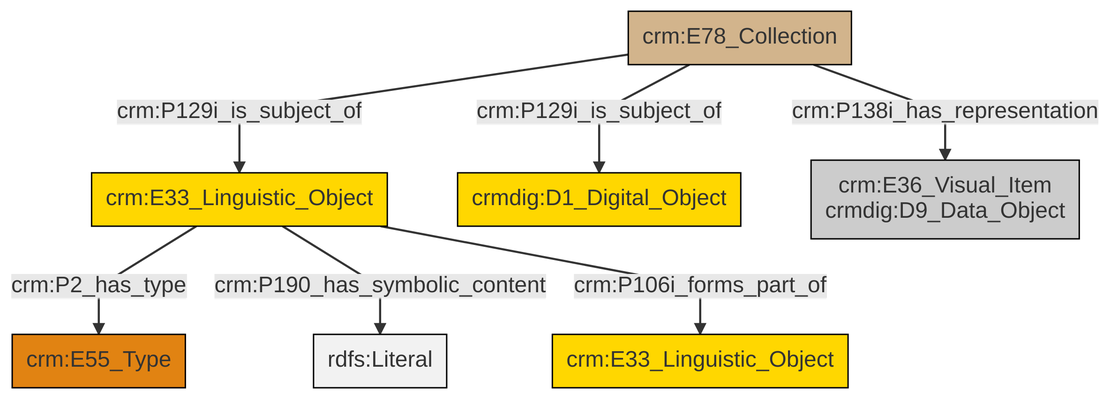
This is et/archivalCSV/ttl/mmd/png/archival_docs.png from swiss-art-research-net/docs.swissartresearch, a Mermaid export, as it was before one commit. Its source is kept beside it as et/archivalCSV/ttl/mmd/archival_docs.ttl.mmd.
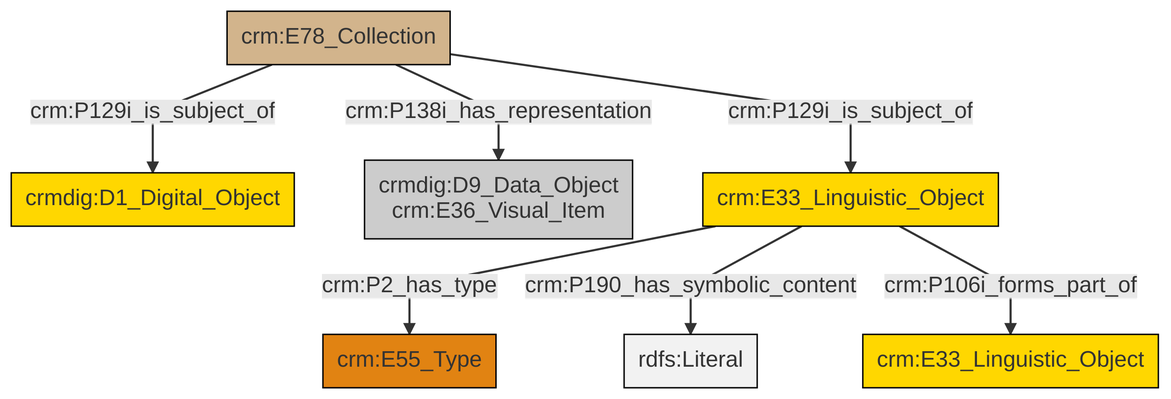
Above is the later version.

What changed in the source:
```diff
@@ -13,9 +13,9 @@
 classDef PC_Classes fill:#4ce600, stroke:#000000;
 classDef Multi fill:#cccccc,stroke:#000000;
 
-0["crm:E33_Linguistic_Object"]:::Conceptual_Object -->|crm:P2_has_type| 1["crm:E55_Type"]:::Type
-2["crm:E78_Collection"]:::Physical_Thing -->|crm:P129i_is_subject_of| 3["crmdig:D1_Digital_Object"]:::Conceptual_Object
-2["crm:E78_Collection"]:::Physical_Thing -->|crm:P138i_has_representation| 4["crm:E36_Visual_Item<br>crmdig:D9_Data_Object"]:::Multi
-0["crm:E33_Linguistic_Object"]:::Conceptual_Object -->|crm:P190_has_symbolic_content| 7[rdfs:Literal]:::Literal
-0["crm:E33_Linguistic_Object"]:::Conceptual_Object -->|crm:P106i_forms_part_of| 11["crm:E33_Linguistic_Object"]:::Conceptual_Object
-2["crm:E78_Collection"]:::Physical_Thing -->|crm:P129i_is_subject_of| 0["crm:E33_Linguistic_Object"]:::Conceptual_Object
+0["crm:E78_Collection"]:::Physical_Thing -->|crm:P129i_is_subject_of| 1["crmdig:D1_Digital_Object"]:::Conceptual_Object
+0["crm:E78_Collection"]:::Physical_Thing -->|crm:P138i_has_representation| 4["crmdig:D9_Data_Object<br>crm:E36_Visual_Item"]:::Multi
+6["crm:E33_Linguistic_Object"]:::Conceptual_Object -->|crm:P2_has_type| 2["crm:E55_Type"]:::Type
+6["crm:E33_Linguistic_Object"]:::Conceptual_Object -->|crm:P190_has_symbolic_content| 11[rdfs:Literal]:::Literal
+6["crm:E33_Linguistic_Object"]:::Conceptual_Object -->|crm:P106i_forms_part_of| 8["crm:E33_Linguistic_Object"]:::Conceptual_Object
+0["crm:E78_Collection"]:::Physical_Thing -->|crm:P129i_is_subject_of| 6["crm:E33_Linguistic_Object"]:::Conceptual_Object
```
